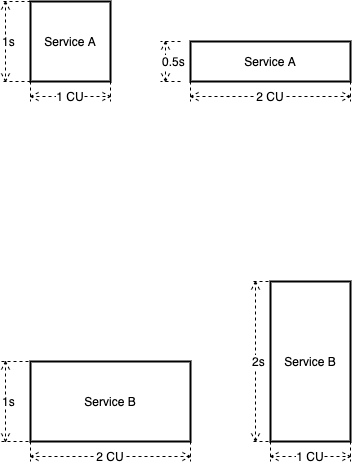
chenjianjx/cjx-diagrams keeps this draw.io diagram as 2021-11-how-independent-scaling-helps-with-performance/without-minimum-rt/capacity-units-without-minimum.drawio.png. Above is the earlier version. Source tidied: cells renumbered, new cells last; positions are measured from the earlier drawing's top-left corner, leaving out a move shared by most shapes. The source it was exported from:
```xml
<mxGraphModel>
  <root>
    <mxCell id="0" />
    <mxCell id="1" parent="0" />
    <mxCell id="2" value="Service A" style="rounded=0;whiteSpace=wrap;html=1;strokeWidth=2;" parent="1" vertex="1">
      <mxGeometry x="30" width="80" height="80" as="geometry" />
    </mxCell>
    <mxCell id="3" value="1 CU" style="shape=dimension;whiteSpace=wrap;html=1;align=center;verticalAlign=bottom;spacingBottom=-5;labelBackgroundColor=#ffffff;dashed=1;" parent="1" vertex="1">
      <mxGeometry x="30" y="20" width="80" height="80" as="geometry" />
    </mxCell>
    <mxCell id="4" value="1s" style="shape=dimension;direction=south;whiteSpace=wrap;html=1;align=left;verticalAlign=middle;labelBackgroundColor=#ffffff;dashed=1;" parent="1" vertex="1">
      <mxGeometry width="30" height="80" as="geometry" />
    </mxCell>
    <mxCell id="5" value="Service B" style="rounded=0;whiteSpace=wrap;html=1;strokeWidth=2;" parent="1" vertex="1">
      <mxGeometry x="30" y="360" width="160" height="80" as="geometry" />
    </mxCell>
    <mxCell id="6" value="2 CU" style="shape=dimension;whiteSpace=wrap;html=1;align=center;verticalAlign=bottom;spacingBottom=-5;labelBackgroundColor=#ffffff;dashed=1;" parent="1" vertex="1">
      <mxGeometry x="30" y="440" width="160" height="20" as="geometry" />
    </mxCell>
    <mxCell id="7" value="1s" style="shape=dimension;direction=south;whiteSpace=wrap;html=1;align=left;verticalAlign=middle;labelBackgroundColor=#ffffff;dashed=1;" parent="1" vertex="1">
      <mxGeometry y="360" width="40" height="80" as="geometry" />
    </mxCell>
    <mxCell id="8" value="Service A" style="rounded=0;whiteSpace=wrap;html=1;strokeWidth=2;" parent="1" vertex="1">
      <mxGeometry x="190" y="40" width="160" height="40" as="geometry" />
    </mxCell>
    <mxCell id="9" value="2 CU" style="shape=dimension;whiteSpace=wrap;html=1;align=center;verticalAlign=bottom;spacingBottom=-5;labelBackgroundColor=#ffffff;dashed=1;" parent="1" vertex="1">
      <mxGeometry x="190" y="80" width="160" height="20" as="geometry" />
    </mxCell>
    <mxCell id="10" value="0.5s" style="shape=dimension;direction=south;whiteSpace=wrap;html=1;align=left;verticalAlign=middle;labelBackgroundColor=#ffffff;dashed=1;" parent="1" vertex="1">
      <mxGeometry x="160" y="40" width="20" height="40" as="geometry" />
    </mxCell>
    <mxCell id="11" value="Service B" style="rounded=0;whiteSpace=wrap;html=1;strokeWidth=2;" parent="1" vertex="1">
      <mxGeometry x="270" y="280" width="80" height="160" as="geometry" />
    </mxCell>
    <mxCell id="12" value="1 CU" style="shape=dimension;whiteSpace=wrap;html=1;align=center;verticalAlign=bottom;spacingBottom=-5;labelBackgroundColor=#ffffff;dashed=1;" parent="1" vertex="1">
      <mxGeometry x="270" y="380" width="80" height="80" as="geometry" />
    </mxCell>
    <mxCell id="13" value="2s" style="shape=dimension;direction=south;whiteSpace=wrap;html=1;align=left;verticalAlign=middle;labelBackgroundColor=#ffffff;dashed=1;" parent="1" vertex="1">
      <mxGeometry x="250" y="280" width="30" height="160" as="geometry" />
    </mxCell>
  </root>
</mxGraphModel>
```
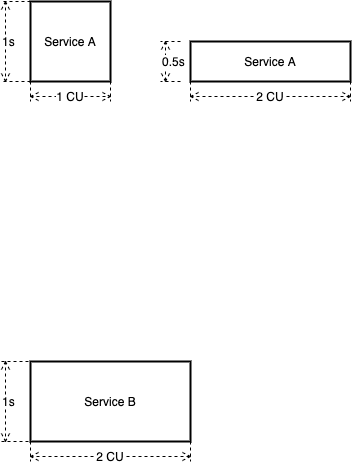
Later version of the same file.

Change to the diagram source:
```diff
@@ -29,14 +29,5 @@
     <mxCell id="10" value="0.5s" style="shape=dimension;direction=south;whiteSpace=wrap;html=1;align=left;verticalAlign=middle;labelBackgroundColor=#ffffff;dashed=1;" parent="1" vertex="1">
       <mxGeometry x="160" y="40" width="20" height="40" as="geometry" />
     </mxCell>
-    <mxCell id="11" value="Service B" style="rounded=0;whiteSpace=wrap;html=1;strokeWidth=2;" parent="1" vertex="1">
-      <mxGeometry x="270" y="280" width="80" height="160" as="geometry" />
-    </mxCell>
-    <mxCell id="12" value="1 CU" style="shape=dimension;whiteSpace=wrap;html=1;align=center;verticalAlign=bottom;spacingBottom=-5;labelBackgroundColor=#ffffff;dashed=1;" parent="1" vertex="1">
-      <mxGeometry x="270" y="380" width="80" height="80" as="geometry" />
-    </mxCell>
-    <mxCell id="13" value="2s" style="shape=dimension;direction=south;whiteSpace=wrap;html=1;align=left;verticalAlign=middle;labelBackgroundColor=#ffffff;dashed=1;" parent="1" vertex="1">
-      <mxGeometry x="250" y="280" width="30" height="160" as="geometry" />
-    </mxCell>
   </root>
 </mxGraphModel>
```
